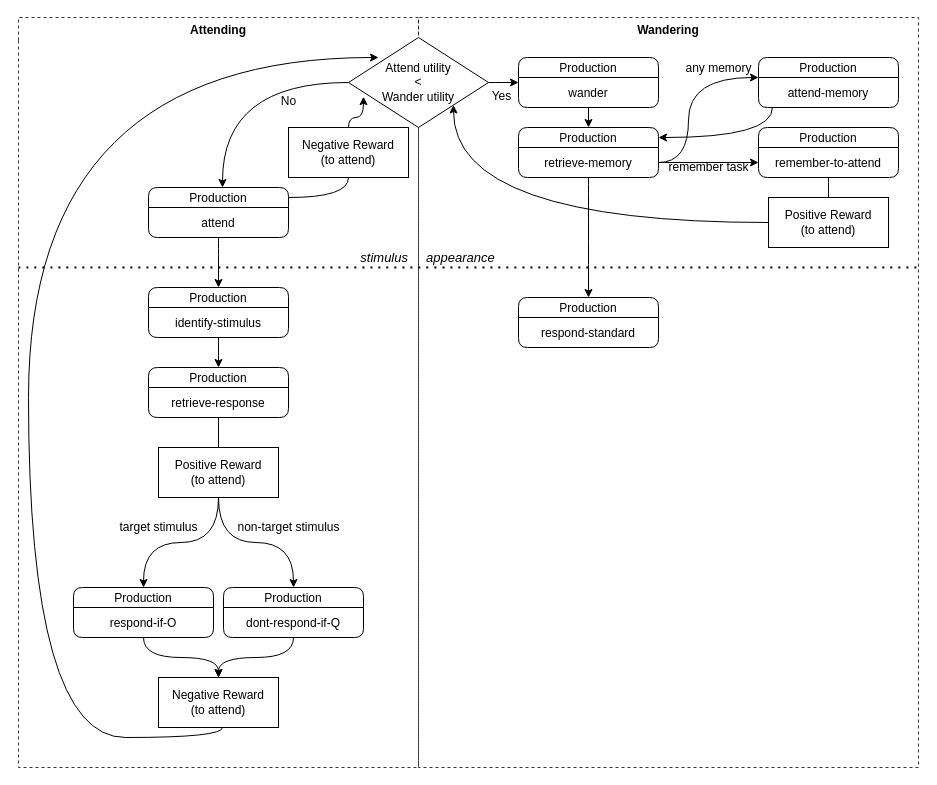
This is Graph.drawio from joshbruegger/CognitiveModellingPractical2022, a draw.io file, before an edit. Source tidied: cells renumbered, new cells numbered last; positions are measured from the earlier drawing's top-left corner, leaving out a move shared by most shapes. Both pictures are drawn from the tidied source at 100%, with x=0, y=0 at pixel (18, 17).
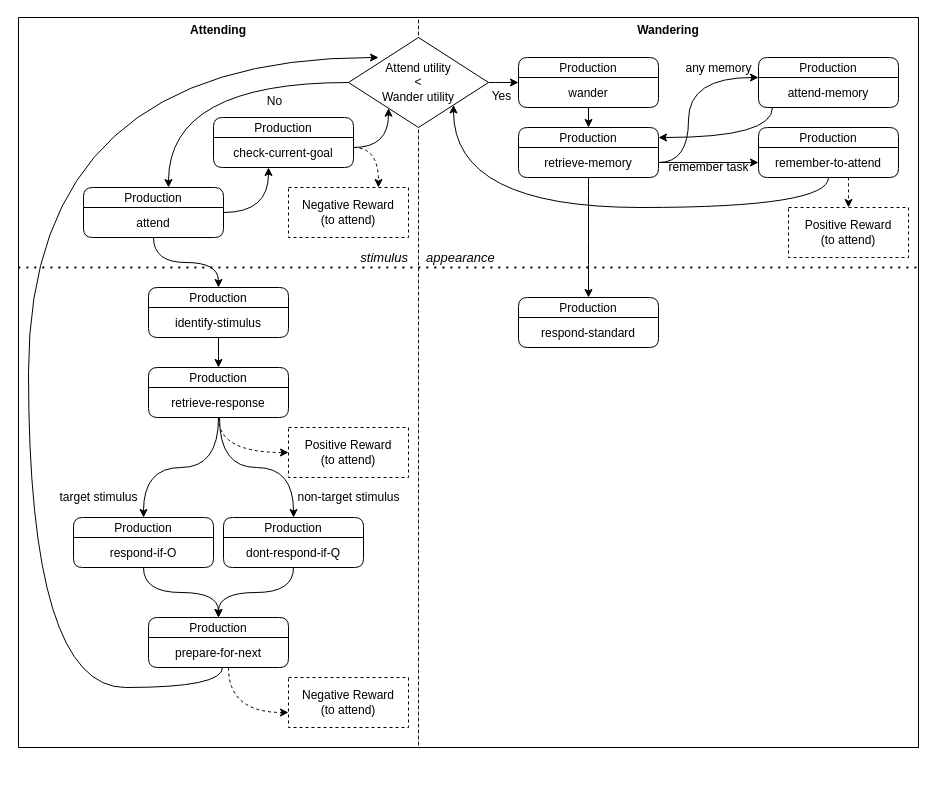
The same page after the edit.

The change refers to these unchanged cells:
```xml
<mxCell id="9" value="Production" style="swimlane;fontStyle=0;horizontal=1;startSize=20;rounded=1;shadow=0;glass=0;fillColor=none;" parent="6" vertex="1">
  <mxGeometry x="130" y="350" width="140" height="50" as="geometry" />
</mxCell>
<mxCell id="10" value="retrieve-response" style="text;strokeColor=none;fillColor=none;align=center;verticalAlign=middle;spacingLeft=4;spacingRight=4;overflow=hidden;points=[[0,0.5],[1,0.5]];portConstraint=eastwest;rounded=1;shadow=0;glass=0;" parent="9" vertex="1">
  <mxGeometry y="20" width="140" height="30" as="geometry" />
</mxCell>
<mxCell id="31" value="&lt;font style=&quot;font-size: 12px&quot;&gt;Attend utility&lt;br&gt;&amp;lt;&lt;br&gt;Wander utility&lt;br&gt;&lt;/font&gt;" style="rhombus;whiteSpace=wrap;html=1;fillColor=default;" parent="1" vertex="1">
  <mxGeometry x="330" y="20" width="140" height="90" as="geometry" />
</mxCell>
<mxCell id="41" value="Production" style="swimlane;fontStyle=0;horizontal=1;startSize=20;rounded=1;shadow=0;glass=0;strokeColor=default;fillColor=none;" parent="1" vertex="1">
  <mxGeometry x="740" y="110" width="140" height="50" as="geometry" />
</mxCell>
```

Diff of the diagram source:
```diff
@@
     <mxCell id="2" value="Wandering" style="swimlane;fontSize=12;strokeColor=default;gradientColor=none;swimlaneFillColor=none;dashed=1;strokeWidth=1;perimeterSpacing=1;opacity=80;fillColor=none;fontStyle=1;swimlaneLine=0;" parent="1" vertex="1">
-      <mxGeometry x="400" width="500" height="750" as="geometry" />
+      <mxGeometry x="400" width="500" height="730" as="geometry" />
     </mxCell>
@@
-    <mxCell id="5" value="Positive Reward&lt;br&gt;(to attend)" style="rounded=0;whiteSpace=wrap;html=1;fontSize=12;fillColor=none;" parent="2" vertex="1">
-      <mxGeometry x="350" y="180" width="120" height="50" as="geometry" />
+    <mxCell id="5" value="Positive Reward&lt;br&gt;(to attend)" style="rounded=0;whiteSpace=wrap;html=1;fontSize=12;fillColor=none;dashed=1;" parent="2" vertex="1">
+      <mxGeometry x="370" y="190" width="120" height="50" as="geometry" />
     </mxCell>
     <mxCell id="6" value="Attending" style="swimlane;fontSize=12;strokeColor=default;gradientColor=none;swimlaneFillColor=none;dashed=1;opacity=80;fillColor=none;swimlaneLine=0;" parent="1" vertex="1">
-      <mxGeometry width="400" height="750" as="geometry" />
+      <mxGeometry width="400" height="730" as="geometry" />
     </mxCell>
@@
+    <mxCell id="21" style="edgeStyle=orthogonalEdgeStyle;html=1;curved=1;entryX=0;entryY=0.5;entryDx=0;entryDy=0;dashed=1;" parent="6" edge="1" source="9" target="22">
+      <mxGeometry relative="1" as="geometry">
+        <Array as="points">
+          <mxPoint x="200" y="435" />
+        </Array>
+      </mxGeometry>
+    </mxCell>
@@
     <mxCell id="11" value="Production" style="swimlane;fontStyle=0;horizontal=1;startSize=20;rounded=1;shadow=0;glass=0;swimlaneFillColor=none;fillColor=none;" parent="6" vertex="1">
-      <mxGeometry x="55" y="570" width="140" height="50" as="geometry" />
+      <mxGeometry x="55" y="500" width="140" height="50" as="geometry" />
     </mxCell>
@@
     <mxCell id="13" value="Production" style="swimlane;fontStyle=0;horizontal=1;startSize=20;rounded=1;shadow=0;glass=0;fillColor=none;" parent="6" vertex="1">
-      <mxGeometry x="205" y="570" width="140" height="50" as="geometry" />
+      <mxGeometry x="205" y="500" width="140" height="50" as="geometry" />
     </mxCell>
@@
-    <mxCell id="15" value="Negative Reward&lt;br&gt;(to attend)" style="rounded=0;whiteSpace=wrap;html=1;fontSize=12;fillColor=none;" parent="6" vertex="1">
-      <mxGeometry x="140" y="660" width="120" height="50" as="geometry" />
+    <mxCell id="15" value="Negative Reward&lt;br&gt;(to attend)" style="rounded=0;whiteSpace=wrap;html=1;fontSize=12;fillColor=none;dashed=1;" parent="6" vertex="1">
+      <mxGeometry x="270" y="660" width="120" height="50" as="geometry" />
     </mxCell>
-    <mxCell id="16" value="target stimulus" style="edgeStyle=orthogonalEdgeStyle;curved=1;rounded=0;jettySize=auto;html=1;entryX=0.5;entryY=0;entryDx=0;entryDy=0;labelBackgroundColor=none;startArrow=none;fontSize=12;" parent="6" edge="1" source="22" target="11">
-      <mxGeometry x="0.27" y="-15" relative="1" as="geometry" />
+    <mxCell id="16" value="target stimulus" style="edgeStyle=orthogonalEdgeStyle;curved=1;rounded=0;jettySize=auto;html=1;entryX=0.5;entryY=0;entryDx=0;entryDy=0;labelBackgroundColor=none;startArrow=none;fontSize=12;exitX=0.5;exitY=1;exitDx=0;exitDy=0;exitPerimeter=0;" parent="6" edge="1" source="10" target="11">
+      <mxGeometry x="0.77" y="-45" relative="1" as="geometry" />
     </mxCell>
-    <mxCell id="17" value="&lt;div style=&quot;font-size: 12px;&quot;&gt;non-target stimulus&lt;/div&gt;" style="edgeStyle=orthogonalEdgeStyle;curved=1;rounded=0;jettySize=auto;html=1;labelBackgroundColor=none;exitX=0.5;exitY=1;exitDx=0;exitDy=0;fontSize=12;" parent="6" edge="1" source="22" target="13">
-      <mxGeometry x="0.39" y="15" relative="1" as="geometry" />
+    <mxCell id="17" value="&lt;div style=&quot;font-size: 12px;&quot;&gt;non-target stimulus&lt;/div&gt;" style="edgeStyle=orthogonalEdgeStyle;curved=1;rounded=0;jettySize=auto;html=1;labelBackgroundColor=none;exitX=0.507;exitY=1;exitDx=0;exitDy=0;fontSize=12;exitPerimeter=0;" parent="6" edge="1" source="10" target="13">
+      <mxGeometry x="0.77" y="55" relative="1" as="geometry" />
     </mxCell>
-    <mxCell id="18" style="edgeStyle=orthogonalEdgeStyle;curved=1;html=1;labelBackgroundColor=none;fontSize=12;endArrow=classic;endFill=1;" parent="6" edge="1" source="11" target="15">
+    <mxCell id="18" style="edgeStyle=orthogonalEdgeStyle;curved=1;html=1;labelBackgroundColor=none;fontSize=12;endArrow=classic;endFill=1;" parent="6" edge="1" source="11" target="51">
       <mxGeometry relative="1" as="geometry" />
     </mxCell>
-    <mxCell id="19" style="edgeStyle=orthogonalEdgeStyle;curved=1;html=1;labelBackgroundColor=none;fontSize=12;endArrow=classic;endFill=1;" parent="6" edge="1" source="13" target="15">
+    <mxCell id="19" style="edgeStyle=orthogonalEdgeStyle;curved=1;html=1;labelBackgroundColor=none;fontSize=12;endArrow=classic;endFill=1;" parent="6" edge="1" source="13" target="51">
       <mxGeometry relative="1" as="geometry" />
     </mxCell>
@@
-    <mxCell id="21" style="edgeStyle=orthogonalEdgeStyle;curved=1;rounded=0;jettySize=auto;html=1;startArrow=none;endArrow=none;endFill=0;entryX=0.5;entryY=0;entryDx=0;entryDy=0;" parent="6" edge="1" source="9" target="22">
-      <mxGeometry relative="1" as="geometry" />
-    </mxCell>
-    <mxCell id="22" value="Positive Reward&lt;br&gt;(to attend)" style="rounded=0;whiteSpace=wrap;html=1;fontSize=12;fillColor=none;" parent="6" vertex="1">
-      <mxGeometry x="140" y="430" width="120" height="50" as="geometry" />
+    <mxCell id="22" value="Positive Reward&lt;br&gt;(to attend)" style="rounded=0;whiteSpace=wrap;html=1;fontSize=12;fillColor=none;dashed=1;" parent="6" vertex="1">
+      <mxGeometry x="270" y="410" width="120" height="50" as="geometry" />
     </mxCell>
+    <mxCell id="49" style="edgeStyle=orthogonalEdgeStyle;curved=1;html=1;endArrow=classic;endFill=1;" parent="6" edge="1" source="23" target="55">
+      <mxGeometry relative="1" as="geometry">
+        <Array as="points">
+          <mxPoint x="250" y="195" />
+        </Array>
+      </mxGeometry>
+    </mxCell>
     <mxCell id="23" value="Production" style="swimlane;fontStyle=0;horizontal=1;startSize=20;rounded=1;shadow=0;glass=0;fillColor=none;" parent="6" vertex="1">
-      <mxGeometry x="130" y="170" width="140" height="50" as="geometry" />
+      <mxGeometry x="65" y="170" width="140" height="50" as="geometry" />
     </mxCell>
@@
+    <mxCell id="50" style="edgeStyle=orthogonalEdgeStyle;curved=1;html=1;dashed=1;" parent="6" edge="1" source="51" target="15">
+      <mxGeometry relative="1" as="geometry">
+        <Array as="points">
+          <mxPoint x="210" y="695" />
+        </Array>
+      </mxGeometry>
+    </mxCell>
+    <mxCell id="51" value="Production" style="swimlane;fontStyle=0;horizontal=1;startSize=20;rounded=1;shadow=0;glass=0;swimlaneFillColor=none;fillColor=none;" parent="6" vertex="1">
+      <mxGeometry x="130" y="600" width="140" height="50" as="geometry" />
+    </mxCell>
+    <mxCell id="52" value="prepare-for-next" style="text;strokeColor=none;fillColor=none;align=center;verticalAlign=middle;spacingLeft=4;spacingRight=4;overflow=hidden;rounded=1;shadow=0;glass=0;" parent="51" vertex="1">
+      <mxGeometry y="20" width="140" height="30" as="geometry" />
+    </mxCell>
+    <mxCell id="53" style="edgeStyle=orthogonalEdgeStyle;curved=1;html=1;dashed=1;endArrow=classic;endFill=1;" parent="6" edge="1" source="54" target="26">
+      <mxGeometry relative="1" as="geometry">
+        <Array as="points">
+          <mxPoint x="360" y="130" />
+        </Array>
+      </mxGeometry>
+    </mxCell>
+    <mxCell id="54" value="Production" style="swimlane;fontStyle=0;horizontal=1;startSize=20;rounded=1;shadow=0;glass=0;fillColor=none;" parent="6" vertex="1">
+      <mxGeometry x="195" y="100" width="140" height="50" as="geometry" />
+    </mxCell>
+    <mxCell id="55" value="check-current-goal" style="text;strokeColor=none;fillColor=none;align=center;verticalAlign=middle;spacingLeft=4;spacingRight=4;overflow=hidden;points=[[0,0.5],[1,0.5]];portConstraint=eastwest;rounded=1;shadow=0;glass=0;" parent="54" vertex="1">
+      <mxGeometry y="20" width="140" height="30" as="geometry" />
+    </mxCell>
-    <mxCell id="26" value="Negative Reward&lt;br&gt;(to attend)" style="rounded=0;whiteSpace=wrap;html=1;fontSize=12;fillColor=none;" parent="6" vertex="1">
-      <mxGeometry x="270" y="110" width="120" height="50" as="geometry" />
+    <mxCell id="26" value="Negative Reward&lt;br&gt;(to attend)" style="rounded=0;whiteSpace=wrap;html=1;fontSize=12;fillColor=none;dashed=1;" parent="6" vertex="1">
+      <mxGeometry x="270" y="170" width="120" height="50" as="geometry" />
     </mxCell>
-    <mxCell id="27" style="edgeStyle=orthogonalEdgeStyle;html=1;endArrow=none;curved=1;" parent="6" edge="1" source="23" target="26">
-      <mxGeometry relative="1" as="geometry">
-        <Array as="points">
-          <mxPoint x="330" y="180" />
-        </Array>
-      </mxGeometry>
-    </mxCell>
@@
     <mxCell id="29" value="No" style="edgeStyle=orthogonalEdgeStyle;html=1;fontSize=12;curved=1;exitX=0;exitY=0.5;exitDx=0;exitDy=0;labelBackgroundColor=none;labelPosition=center;verticalLabelPosition=bottom;align=center;verticalAlign=top;" parent="1" edge="1" source="31" target="23">
       <mxGeometry x="-0.48" y="5" relative="1" as="geometry">
         <Array as="points">
-          <mxPoint x="204" y="65" />
+          <mxPoint x="150" y="65" />
         </Array>
       </mxGeometry>
     </mxCell>
@@
-    <mxCell id="40" style="edgeStyle=orthogonalEdgeStyle;curved=1;html=1;labelBackgroundColor=none;fontSize=12;endArrow=none;endFill=0;" parent="1" edge="1" source="41" target="5">
-      <mxGeometry relative="1" as="geometry" />
+    <mxCell id="40" style="edgeStyle=orthogonalEdgeStyle;curved=1;html=1;labelBackgroundColor=none;fontSize=12;endArrow=classic;endFill=1;dashed=1;" parent="1" edge="1" source="41" target="5">
+      <mxGeometry relative="1" as="geometry">
+        <Array as="points">
+          <mxPoint x="830" y="170" />
+          <mxPoint x="830" y="170" />
+        </Array>
+      </mxGeometry>
     </mxCell>
@@
-    <mxCell id="46" style="edgeStyle=orthogonalEdgeStyle;curved=1;html=1;labelBackgroundColor=none;fontSize=12;endArrow=classic;endFill=1;" parent="1" edge="1" source="15">
+    <mxCell id="46" style="edgeStyle=orthogonalEdgeStyle;curved=1;html=1;labelBackgroundColor=none;fontSize=12;endArrow=classic;endFill=1;" parent="1" edge="1" source="51">
       <mxGeometry relative="1" as="geometry">
         <mxPoint x="360" y="40" as="targetPoint" />
         <Array as="points">
-          <mxPoint x="204" y="720" />
-          <mxPoint x="10" y="720" />
+          <mxPoint x="204" y="670" />
+          <mxPoint x="10" y="670" />
           <mxPoint x="10" y="40" />
         </Array>
       </mxGeometry>
     </mxCell>
-    <mxCell id="47" style="edgeStyle=orthogonalEdgeStyle;curved=1;html=1;entryX=1;entryY=1;entryDx=0;entryDy=0;labelBackgroundColor=none;fontSize=12;endArrow=classic;endFill=1;" parent="1" edge="1" source="5" target="31">
+    <mxCell id="47" style="edgeStyle=orthogonalEdgeStyle;curved=1;html=1;entryX=1;entryY=1;entryDx=0;entryDy=0;labelBackgroundColor=none;fontSize=12;endArrow=classic;endFill=1;" parent="1" edge="1" source="41" target="31">
       <mxGeometry relative="1" as="geometry">
         <Array as="points">
-          <mxPoint x="435" y="205" />
+          <mxPoint x="810" y="190" />
+          <mxPoint x="435" y="190" />
         </Array>
       </mxGeometry>
     </mxCell>
-    <mxCell id="48" style="edgeStyle=orthogonalEdgeStyle;html=1;startArrow=none;entryX=0.107;entryY=0.658;entryDx=0;entryDy=0;entryPerimeter=0;curved=1;" parent="1" edge="1" source="26" target="31">
-      <mxGeometry relative="1" as="geometry">
-        <Array as="points">
-          <mxPoint x="330" y="100" />
-          <mxPoint x="345" y="100" />
-        </Array>
-      </mxGeometry>
-    </mxCell>
+    <mxCell id="56" style="edgeStyle=orthogonalEdgeStyle;curved=1;html=1;endArrow=classic;endFill=1;" parent="1" edge="1" source="54" target="31">
+      <mxGeometry relative="1" as="geometry">
+        <Array as="points">
+          <mxPoint x="370" y="130" />
+        </Array>
+      </mxGeometry>
+    </mxCell>
+    <mxCell id="57" style="swimlane;startSize=0;" parent="1" vertex="1">
+      <mxGeometry width="900" height="730" as="geometry" />
+    </mxCell>
```
